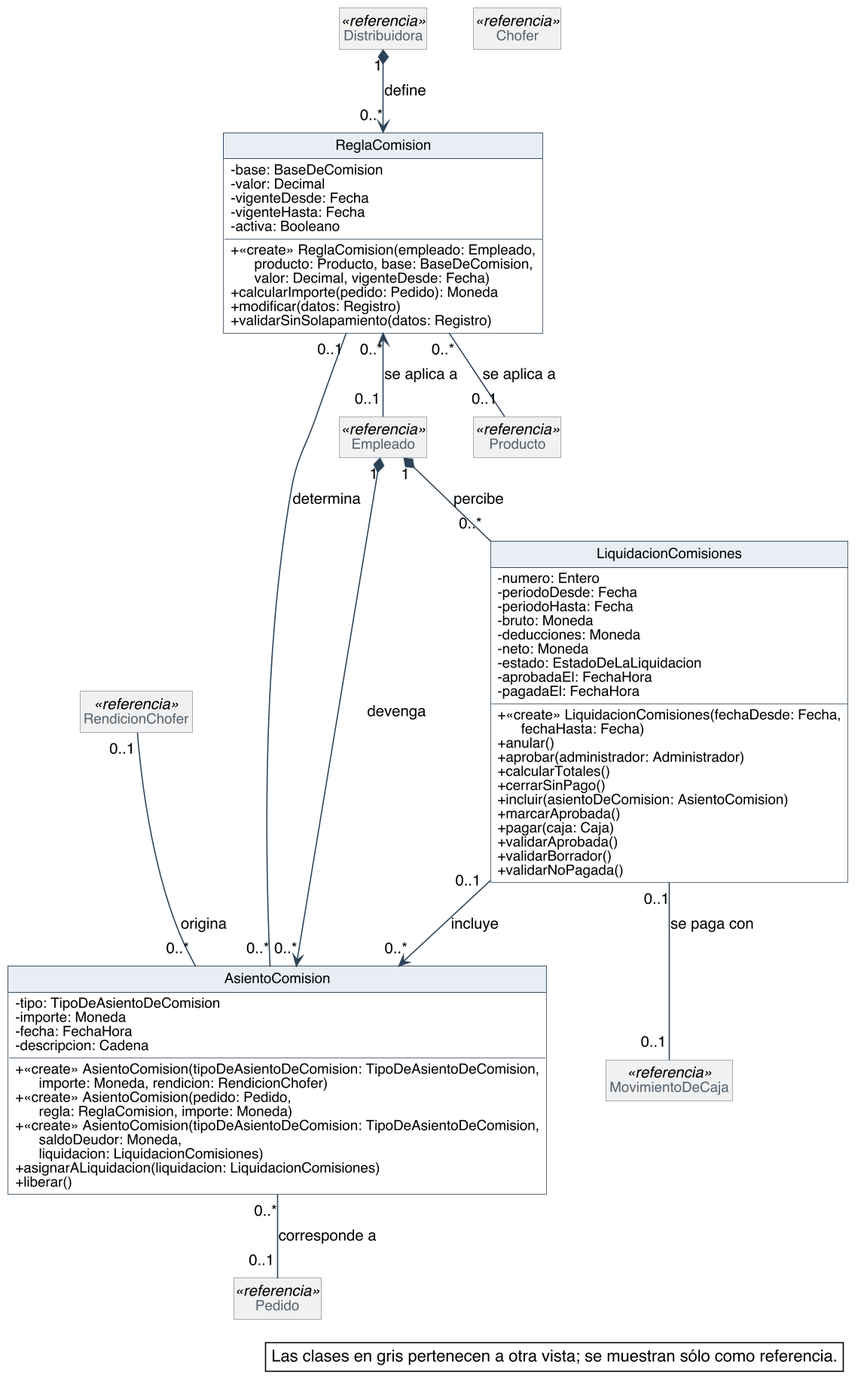
Before: diagramas/clases-diseno/DC_Comisiones.png, a diagram exported from PlantUML (Nahuelito-Dev/splg-docs).
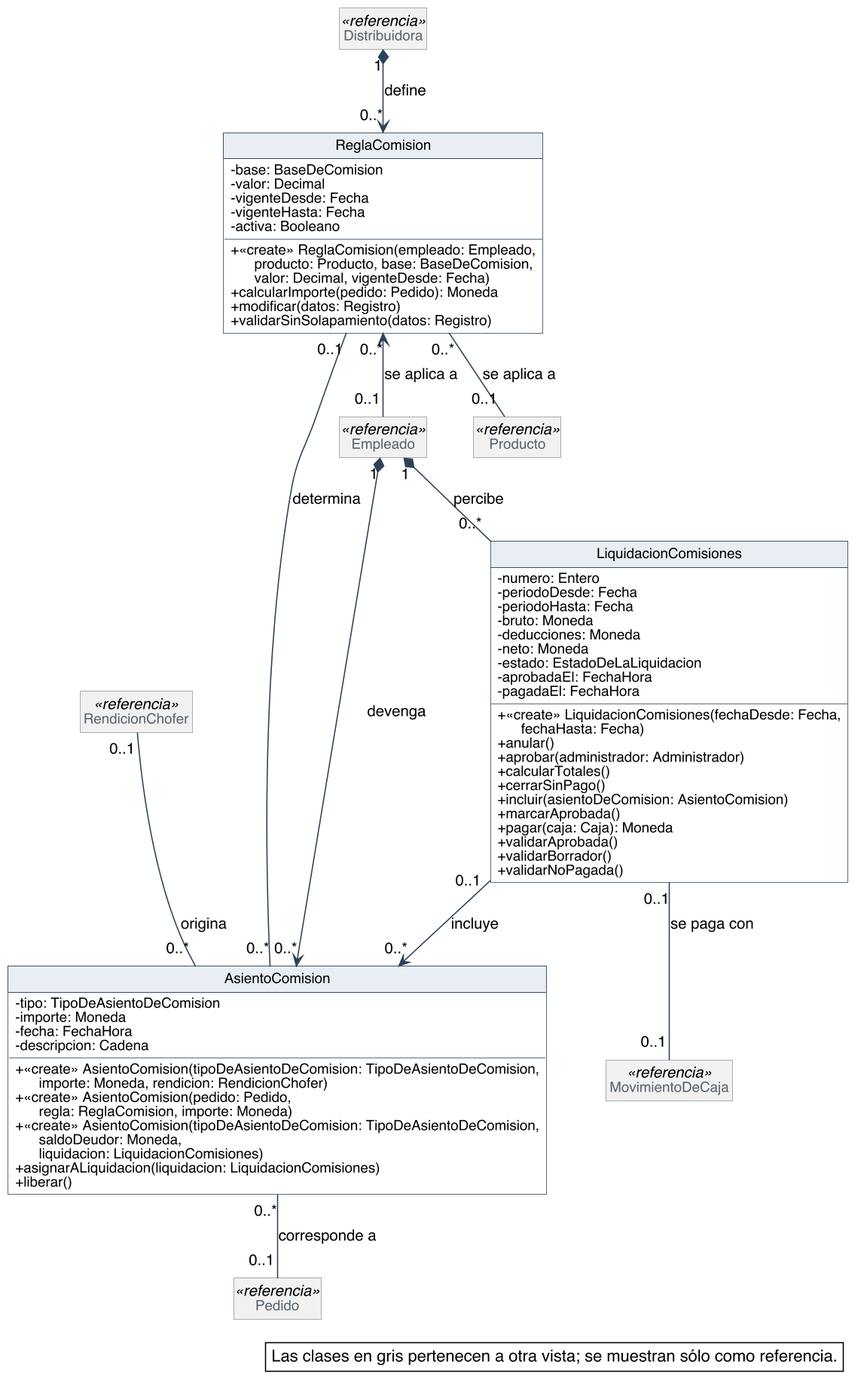
After the change.

The edit, as a diff of the source:
```diff
@@ -96,13 +96,12 @@
   + cerrarSinPago()
   + incluir(asientoDeComision: AsientoComision)
   + marcarAprobada()
-  + pagar(caja: Caja)
+  + pagar(caja: Caja): Moneda
   + validarAprobada()
   + validarBorrador()
   + validarNoPagada()
 }
 class Empleado <<referencia>>
-class Chofer <<referencia>>
 class Producto <<referencia>>
 class Pedido <<referencia>>
 class MovimientoDeCaja <<referencia>>
```
